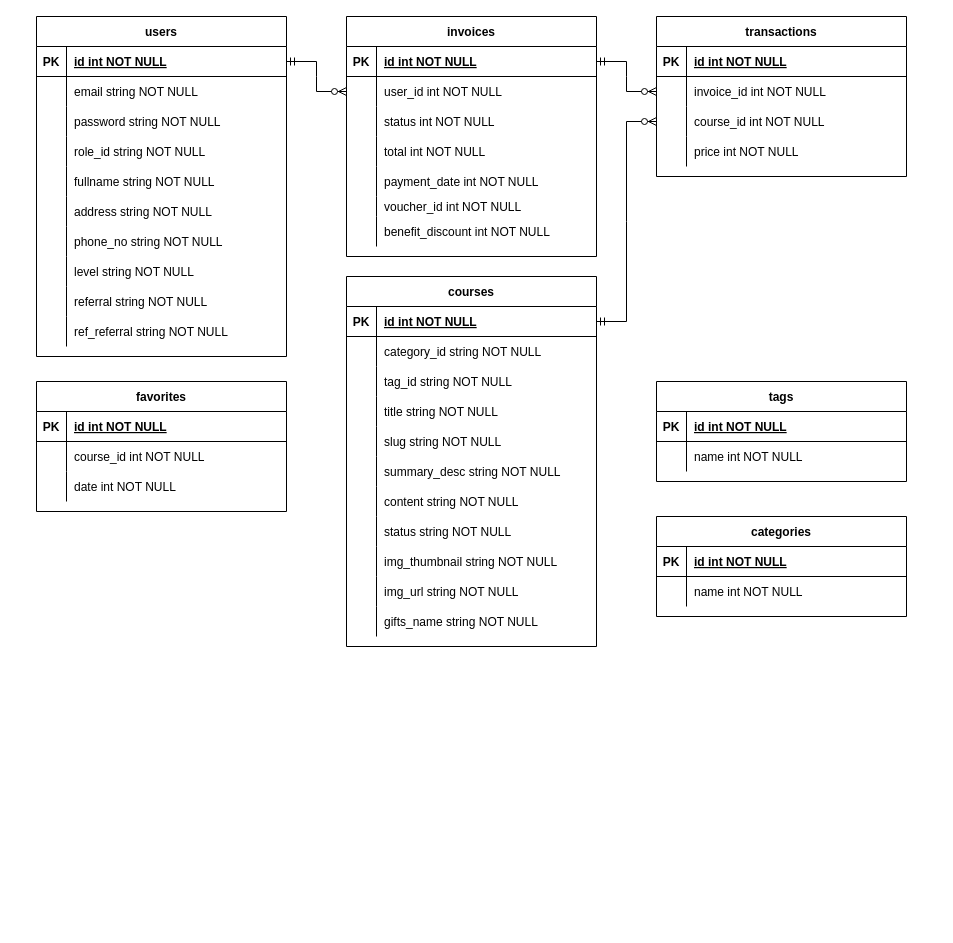
azmiadhani/diagramsnet keeps this draw.io diagram as online-learning.drawio. Above is the earlier version. Source tidied: cells renumbered, new cells numbered last; positions are measured from the earlier drawing's top-left corner, leaving out a move shared by most shapes. Both pictures are drawn from the tidied source at 100%, with x=0, y=0 at pixel (36, 16).
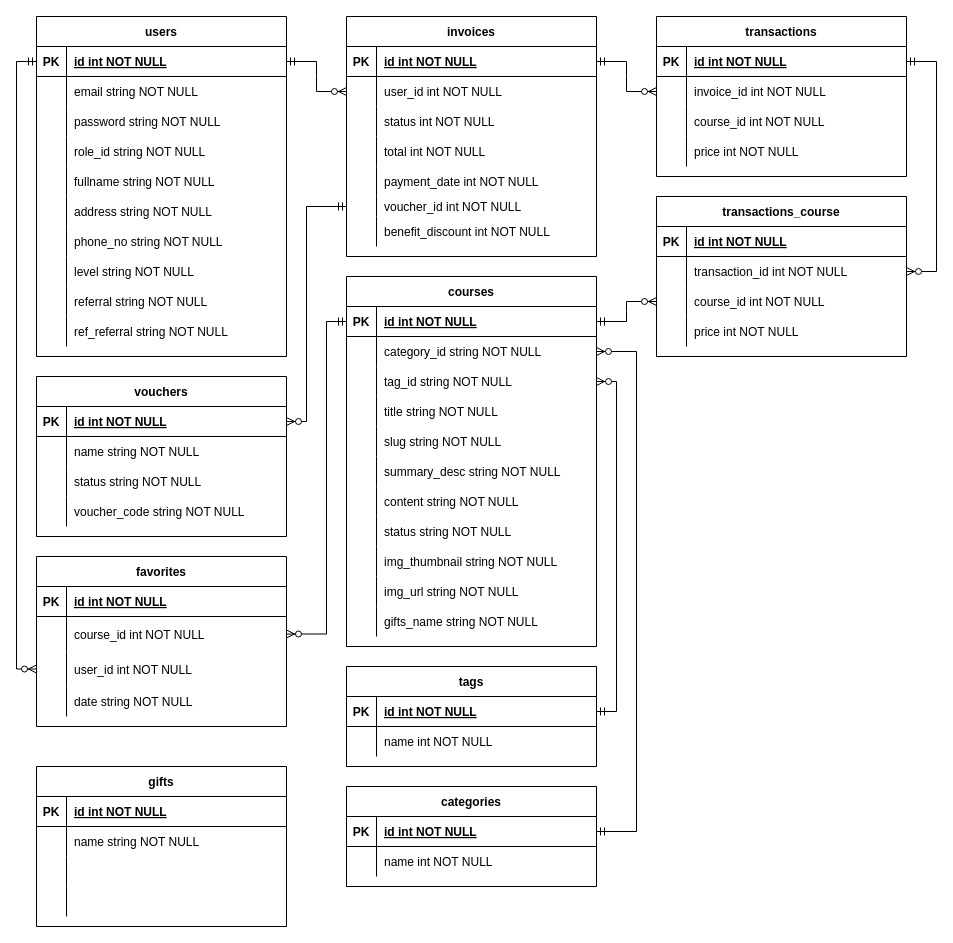
After the change.

The change refers to these unchanged cells:
```xml
<mxCell id="3" style="shape=partialRectangle;fillColor=none;points=[[0,0.5],[1,0.5]];portConstraint=eastwest;top=0;left=0;right=0;bottom=1;" parent="2" vertex="1">
  <mxGeometry y="30" width="250" height="30" as="geometry" />
</mxCell>
<mxCell id="44" style="shape=partialRectangle;fillColor=none;points=[[0,0.5],[1,0.5]];portConstraint=eastwest;top=0;left=0;right=0;bottom=1;" parent="43" vertex="1">
  <mxGeometry y="30" width="250" height="30" as="geometry" />
</mxCell>
<mxCell id="47" style="shape=partialRectangle;fillColor=none;points=[[0,0.5],[1,0.5]];portConstraint=eastwest;top=0;left=0;right=0;bottom=0;" parent="43" vertex="1">
  <mxGeometry y="60" width="250" height="30" as="geometry" />
</mxCell>
<mxCell id="50" style="shape=partialRectangle;fillColor=none;points=[[0,0.5],[1,0.5]];portConstraint=eastwest;top=0;left=0;right=0;bottom=0;" parent="43" vertex="1">
  <mxGeometry y="90" width="250" height="30" as="geometry" />
</mxCell>
<mxCell id="78" style="shape=partialRectangle;fillColor=none;points=[[0,0.5],[1,0.5]];portConstraint=eastwest;top=0;left=0;right=0;bottom=1;" parent="77" vertex="1">
  <mxGeometry y="30" width="250" height="30" as="geometry" />
</mxCell>
<mxCell id="85" style="shape=partialRectangle;fillColor=none;points=[[0,0.5],[1,0.5]];portConstraint=eastwest;top=0;left=0;right=0;bottom=1;" parent="84" vertex="1">
  <mxGeometry y="30" width="250" height="30" as="geometry" />
</mxCell>
<mxCell id="107" style="shape=partialRectangle;fillColor=none;points=[[0,0.5],[1,0.5]];portConstraint=eastwest;top=0;left=0;right=0;bottom=0;" parent="91" vertex="1">
  <mxGeometry y="180" width="250" height="20" as="geometry" />
</mxCell>
<mxCell id="114" style="shape=partialRectangle;fillColor=none;points=[[0,0.5],[1,0.5]];portConstraint=eastwest;top=0;left=0;right=0;bottom=1;" parent="113" vertex="1">
  <mxGeometry y="30" width="250" height="30" as="geometry" />
</mxCell>
<mxCell id="120" style="shape=partialRectangle;fillColor=none;points=[[0,0.5],[1,0.5]];portConstraint=eastwest;top=0;left=0;right=0;bottom=0;" parent="113" vertex="1">
  <mxGeometry y="90" width="250" height="30" as="geometry" />
</mxCell>
```

Change to the diagram source:
```diff
@@
     <mxCell id="33" value="favorites" style="shape=table;startSize=30;childLayout=tableLayout;rowLines=0;fontStyle=1;align=center;" parent="1" vertex="1">
-      <mxGeometry y="365" width="250" height="130" as="geometry" />
+      <mxGeometry y="540" width="250" height="170" as="geometry" />
     </mxCell>
@@
     <mxCell id="37" style="shape=partialRectangle;fillColor=none;points=[[0,0.5],[1,0.5]];portConstraint=eastwest;top=0;left=0;right=0;bottom=0;" parent="33" vertex="1">
-      <mxGeometry y="60" width="250" height="30" as="geometry" />
+      <mxGeometry y="60" width="250" height="35" as="geometry" />
     </mxCell>
     <mxCell id="38" style="shape=partialRectangle;overflow=hidden;fillColor=none;top=0;left=0;bottom=0;right=0;" parent="37" vertex="1">
-      <mxGeometry width="30" height="30" as="geometry" />
+      <mxGeometry width="30" height="35" as="geometry" />
     </mxCell>
     <mxCell id="39" value="course_id int NOT NULL" style="shape=partialRectangle;overflow=hidden;fillColor=none;top=0;left=0;bottom=0;right=0;align=left;spacingLeft=6;" parent="37" vertex="1">
-      <mxGeometry x="30" width="220" height="30" as="geometry" />
+      <mxGeometry x="30" width="220" height="35" as="geometry" />
     </mxCell>
+    <mxCell id="129" style="shape=partialRectangle;fillColor=none;points=[[0,0.5],[1,0.5]];portConstraint=eastwest;top=0;left=0;right=0;bottom=0;" parent="33" vertex="1">
+      <mxGeometry y="95" width="250" height="35" as="geometry" />
+    </mxCell>
+    <mxCell id="130" style="shape=partialRectangle;overflow=hidden;fillColor=none;top=0;left=0;bottom=0;right=0;" parent="129" vertex="1">
+      <mxGeometry width="30" height="35" as="geometry" />
+    </mxCell>
+    <mxCell id="131" value="user_id int NOT NULL" style="shape=partialRectangle;overflow=hidden;fillColor=none;top=0;left=0;bottom=0;right=0;align=left;spacingLeft=6;" parent="129" vertex="1">
+      <mxGeometry x="30" width="220" height="35" as="geometry" />
+    </mxCell>
     <mxCell id="40" style="shape=partialRectangle;fillColor=none;top=0;left=0;right=0;bottom=0;" parent="33" vertex="1">
-      <mxGeometry y="90" width="250" height="30" as="geometry" />
+      <mxGeometry y="130" width="250" height="30" as="geometry" />
     </mxCell>
@@
-    <mxCell id="42" value="date int NOT NULL" style="shape=partialRectangle;overflow=hidden;fillColor=none;top=0;left=0;bottom=0;right=0;align=left;spacingLeft=6;" parent="40" vertex="1">
+    <mxCell id="42" value="date string NOT NULL" style="shape=partialRectangle;overflow=hidden;fillColor=none;top=0;left=0;bottom=0;right=0;align=left;spacingLeft=6;" parent="40" vertex="1">
       <mxGeometry x="30" width="220" height="30" as="geometry" />
     </mxCell>
@@
     <mxCell id="77" value="tags" style="shape=table;startSize=30;childLayout=tableLayout;rowLines=0;fontStyle=1;align=center;" parent="1" vertex="1">
-      <mxGeometry x="620" y="365" width="250" height="100" as="geometry" />
+      <mxGeometry x="310" y="650" width="250" height="100" as="geometry" />
     </mxCell>
@@
     <mxCell id="84" value="categories" style="shape=table;startSize=30;childLayout=tableLayout;rowLines=0;fontStyle=1;align=center;" parent="1" vertex="1">
-      <mxGeometry x="620" y="500" width="250" height="100" as="geometry" />
+      <mxGeometry x="310" y="770" width="250" height="100" as="geometry" />
     </mxCell>
@@
-    <mxCell id="126" style="edgeStyle=entityRelationEdgeStyle;fontSize=12;html=1;endArrow=ERzeroToMany;startArrow=ERmandOne;rounded=0;" parent="1" edge="1" source="44" target="120">
-      <mxGeometry relative="1" as="geometry" />
-    </mxCell>
@@
+    <mxCell id="132" style="edgeStyle=elbowEdgeStyle;fontSize=12;html=1;endArrow=ERzeroToMany;startArrow=ERmandOne;rounded=0;" parent="1" edge="1" source="78" target="50">
+      <mxGeometry relative="1" as="geometry">
+        <Array as="points">
+          <mxPoint x="580" y="640" />
+          <mxPoint x="630" y="620" />
+        </Array>
+      </mxGeometry>
+    </mxCell>
+    <mxCell id="133" style="edgeStyle=elbowEdgeStyle;fontSize=12;html=1;endArrow=ERzeroToMany;startArrow=ERmandOne;rounded=0;" parent="1" edge="1" source="85" target="47">
+      <mxGeometry relative="1" as="geometry">
+        <Array as="points">
+          <mxPoint x="600" y="450" />
+          <mxPoint x="590" y="480" />
+          <mxPoint x="600" y="640" />
+          <mxPoint x="660" y="650" />
+        </Array>
+      </mxGeometry>
+    </mxCell>
+    <mxCell id="134" value="vouchers" style="shape=table;startSize=30;childLayout=tableLayout;rowLines=0;fontStyle=1;align=center;" parent="1" vertex="1">
+      <mxGeometry y="360" width="250" height="160" as="geometry" />
+    </mxCell>
+    <mxCell id="135" style="shape=partialRectangle;fillColor=none;points=[[0,0.5],[1,0.5]];portConstraint=eastwest;top=0;left=0;right=0;bottom=1;" parent="134" vertex="1">
+      <mxGeometry y="30" width="250" height="30" as="geometry" />
+    </mxCell>
+    <mxCell id="136" value="PK" style="shape=partialRectangle;overflow=hidden;fillColor=none;top=0;left=0;bottom=0;right=0;fontStyle=1;" parent="135" vertex="1">
+      <mxGeometry width="30" height="30" as="geometry" />
+    </mxCell>
+    <mxCell id="137" value="id int NOT NULL " style="shape=partialRectangle;overflow=hidden;fillColor=none;top=0;left=0;bottom=0;right=0;align=left;spacingLeft=6;fontStyle=5;" parent="135" vertex="1">
+      <mxGeometry x="30" width="220" height="30" as="geometry" />
+    </mxCell>
+    <mxCell id="138" style="shape=partialRectangle;fillColor=none;top=0;left=0;right=0;bottom=0;" parent="134" vertex="1">
+      <mxGeometry y="60" width="250" height="30" as="geometry" />
+    </mxCell>
+    <mxCell id="139" style="shape=partialRectangle;overflow=hidden;fillColor=none;top=0;left=0;bottom=0;right=0;" parent="138" vertex="1">
+      <mxGeometry width="30" height="30" as="geometry" />
+    </mxCell>
+    <mxCell id="140" value="name string NOT NULL" style="shape=partialRectangle;overflow=hidden;fillColor=none;top=0;left=0;bottom=0;right=0;align=left;spacingLeft=6;" parent="138" vertex="1">
+      <mxGeometry x="30" width="220" height="30" as="geometry" />
+    </mxCell>
+    <mxCell id="141" style="shape=partialRectangle;fillColor=none;top=0;left=0;right=0;bottom=0;" parent="134" vertex="1">
+      <mxGeometry y="90" width="250" height="30" as="geometry" />
+    </mxCell>
+    <mxCell id="142" style="shape=partialRectangle;overflow=hidden;fillColor=none;top=0;left=0;bottom=0;right=0;" parent="141" vertex="1">
+      <mxGeometry width="30" height="30" as="geometry" />
+    </mxCell>
+    <mxCell id="143" value="status string NOT NULL" style="shape=partialRectangle;overflow=hidden;fillColor=none;top=0;left=0;bottom=0;right=0;align=left;spacingLeft=6;" parent="141" vertex="1">
+      <mxGeometry x="30" width="220" height="30" as="geometry" />
+    </mxCell>
+    <mxCell id="144" style="shape=partialRectangle;fillColor=none;top=0;left=0;right=0;bottom=0;" parent="134" vertex="1">
+      <mxGeometry y="120" width="250" height="30" as="geometry" />
+    </mxCell>
+    <mxCell id="145" style="shape=partialRectangle;overflow=hidden;fillColor=none;top=0;left=0;bottom=0;right=0;" parent="144" vertex="1">
+      <mxGeometry width="30" height="30" as="geometry" />
+    </mxCell>
+    <mxCell id="146" value="voucher_code string NOT NULL" style="shape=partialRectangle;overflow=hidden;fillColor=none;top=0;left=0;bottom=0;right=0;align=left;spacingLeft=6;" parent="144" vertex="1">
+      <mxGeometry x="30" width="220" height="30" as="geometry" />
+    </mxCell>
+    <mxCell id="147" value="gifts" style="shape=table;startSize=30;childLayout=tableLayout;rowLines=0;fontStyle=1;align=center;" parent="1" vertex="1">
+      <mxGeometry y="750" width="250" height="160" as="geometry" />
+    </mxCell>
+    <mxCell id="148" style="shape=partialRectangle;fillColor=none;top=0;left=0;right=0;bottom=1;" parent="147" vertex="1">
+      <mxGeometry y="30" width="250" height="30" as="geometry" />
+    </mxCell>
+    <mxCell id="149" value="PK" style="shape=partialRectangle;overflow=hidden;fillColor=none;top=0;left=0;bottom=0;right=0;fontStyle=1;" parent="148" vertex="1">
+      <mxGeometry width="30" height="30" as="geometry" />
+    </mxCell>
+    <mxCell id="150" value="id int NOT NULL " style="shape=partialRectangle;overflow=hidden;fillColor=none;top=0;left=0;bottom=0;right=0;align=left;spacingLeft=6;fontStyle=5;" parent="148" vertex="1">
+      <mxGeometry x="30" width="220" height="30" as="geometry" />
+    </mxCell>
+    <mxCell id="151" style="shape=partialRectangle;fillColor=none;top=0;left=0;right=0;bottom=0;" parent="147" vertex="1">
+      <mxGeometry y="60" width="250" height="30" as="geometry" />
+    </mxCell>
+    <mxCell id="152" style="shape=partialRectangle;overflow=hidden;fillColor=none;top=0;left=0;bottom=0;right=0;" parent="151" vertex="1">
+      <mxGeometry width="30" height="30" as="geometry" />
+    </mxCell>
+    <mxCell id="153" value="name string NOT NULL" style="shape=partialRectangle;overflow=hidden;fillColor=none;top=0;left=0;bottom=0;right=0;align=left;spacingLeft=6;" parent="151" vertex="1">
+      <mxGeometry x="30" width="220" height="30" as="geometry" />
+    </mxCell>
+    <mxCell id="154" style="shape=partialRectangle;fillColor=none;top=0;left=0;right=0;bottom=0;" parent="147" vertex="1">
+      <mxGeometry y="90" width="250" height="30" as="geometry" />
+    </mxCell>
+    <mxCell id="155" style="shape=partialRectangle;overflow=hidden;fillColor=none;top=0;left=0;bottom=0;right=0;" parent="154" vertex="1">
+      <mxGeometry width="30" height="30" as="geometry" />
+    </mxCell>
+    <mxCell id="156" style="shape=partialRectangle;overflow=hidden;fillColor=none;top=0;left=0;bottom=0;right=0;align=left;spacingLeft=6;" parent="154" vertex="1">
+      <mxGeometry x="30" width="220" height="30" as="geometry" />
+    </mxCell>
+    <mxCell id="157" style="shape=partialRectangle;fillColor=none;top=0;left=0;right=0;bottom=0;" parent="147" vertex="1">
+      <mxGeometry y="120" width="250" height="30" as="geometry" />
+    </mxCell>
+    <mxCell id="158" style="shape=partialRectangle;overflow=hidden;fillColor=none;top=0;left=0;bottom=0;right=0;" parent="157" vertex="1">
+      <mxGeometry width="30" height="30" as="geometry" />
+    </mxCell>
+    <mxCell id="159" style="shape=partialRectangle;overflow=hidden;fillColor=none;top=0;left=0;bottom=0;right=0;align=left;spacingLeft=6;" parent="157" vertex="1">
+      <mxGeometry x="30" width="220" height="30" as="geometry" />
+    </mxCell>
+    <mxCell id="160" style="edgeStyle=elbowEdgeStyle;fontSize=12;html=1;endArrow=ERzeroToMany;startArrow=ERmandOne;rounded=0;" parent="1" edge="1" source="107" target="135">
+      <mxGeometry relative="1" as="geometry">
+        <Array as="points">
+          <mxPoint x="270" y="300" />
+        </Array>
+      </mxGeometry>
+    </mxCell>
+    <mxCell id="161" value="transactions_course" style="shape=table;startSize=30;childLayout=tableLayout;rowLines=0;fontStyle=1;align=center;" parent="1" vertex="1">
+      <mxGeometry x="620" y="180" width="250" height="160" as="geometry" />
+    </mxCell>
+    <mxCell id="162" style="shape=partialRectangle;fillColor=none;top=0;left=0;right=0;bottom=1;" parent="161" vertex="1">
+      <mxGeometry y="30" width="250" height="30" as="geometry" />
+    </mxCell>
+    <mxCell id="163" value="PK" style="shape=partialRectangle;overflow=hidden;fillColor=none;top=0;left=0;bottom=0;right=0;fontStyle=1;" parent="162" vertex="1">
+      <mxGeometry width="30" height="30" as="geometry" />
+    </mxCell>
+    <mxCell id="164" value="id int NOT NULL " style="shape=partialRectangle;overflow=hidden;fillColor=none;top=0;left=0;bottom=0;right=0;align=left;spacingLeft=6;fontStyle=5;" parent="162" vertex="1">
+      <mxGeometry x="30" width="220" height="30" as="geometry" />
+    </mxCell>
+    <mxCell id="165" style="shape=partialRectangle;fillColor=none;points=[[0,0.5],[1,0.5]];portConstraint=eastwest;top=0;left=0;right=0;bottom=0;" parent="161" vertex="1">
+      <mxGeometry y="60" width="250" height="30" as="geometry" />
+    </mxCell>
+    <mxCell id="166" style="shape=partialRectangle;overflow=hidden;fillColor=none;top=0;left=0;bottom=0;right=0;" parent="165" vertex="1">
+      <mxGeometry width="30" height="30" as="geometry" />
+    </mxCell>
+    <mxCell id="167" value="transaction_id int NOT NULL" style="shape=partialRectangle;overflow=hidden;fillColor=none;top=0;left=0;bottom=0;right=0;align=left;spacingLeft=6;" parent="165" vertex="1">
+      <mxGeometry x="30" width="220" height="30" as="geometry" />
+    </mxCell>
+    <mxCell id="168" style="shape=partialRectangle;fillColor=none;points=[[0,0.5],[1,0.5]];portConstraint=eastwest;top=0;left=0;right=0;bottom=0;" parent="161" vertex="1">
+      <mxGeometry y="90" width="250" height="30" as="geometry" />
+    </mxCell>
+    <mxCell id="169" style="shape=partialRectangle;overflow=hidden;fillColor=none;top=0;left=0;bottom=0;right=0;" parent="168" vertex="1">
+      <mxGeometry width="30" height="30" as="geometry" />
+    </mxCell>
+    <mxCell id="170" value="course_id int NOT NULL" style="shape=partialRectangle;overflow=hidden;fillColor=none;top=0;left=0;bottom=0;right=0;align=left;spacingLeft=6;" parent="168" vertex="1">
+      <mxGeometry x="30" width="220" height="30" as="geometry" />
+    </mxCell>
+    <mxCell id="171" style="shape=partialRectangle;fillColor=none;top=0;left=0;right=0;bottom=0;" parent="161" vertex="1">
+      <mxGeometry y="120" width="250" height="30" as="geometry" />
+    </mxCell>
+    <mxCell id="172" style="shape=partialRectangle;overflow=hidden;fillColor=none;top=0;left=0;bottom=0;right=0;" parent="171" vertex="1">
+      <mxGeometry width="30" height="30" as="geometry" />
+    </mxCell>
+    <mxCell id="173" value="price int NOT NULL" style="shape=partialRectangle;overflow=hidden;fillColor=none;top=0;left=0;bottom=0;right=0;align=left;spacingLeft=6;" parent="171" vertex="1">
+      <mxGeometry x="30" width="220" height="30" as="geometry" />
+    </mxCell>
+    <mxCell id="174" style="edgeStyle=elbowEdgeStyle;fontSize=12;html=1;endArrow=ERzeroToMany;startArrow=ERmandOne;rounded=0;" parent="1" edge="1" source="114" target="165">
+      <mxGeometry relative="1" as="geometry">
+        <Array as="points">
+          <mxPoint x="900" y="190" />
+          <mxPoint x="610" y="650" />
+          <mxPoint x="670" y="660" />
+        </Array>
+      </mxGeometry>
+    </mxCell>
+    <mxCell id="175" style="edgeStyle=entityRelationEdgeStyle;fontSize=12;html=1;endArrow=ERzeroToMany;startArrow=ERmandOne;rounded=0;" parent="1" edge="1" source="44" target="168">
+      <mxGeometry relative="1" as="geometry" />
+    </mxCell>
+    <mxCell id="176" style="edgeStyle=elbowEdgeStyle;fontSize=12;html=1;endArrow=ERzeroToMany;startArrow=ERmandOne;rounded=0;" parent="1" edge="1" source="3" target="129">
+      <mxGeometry relative="1" as="geometry">
+        <Array as="points">
+          <mxPoint x="-20" y="270" />
+        </Array>
+      </mxGeometry>
+    </mxCell>
+    <mxCell id="177" style="edgeStyle=elbowEdgeStyle;fontSize=12;html=1;endArrow=ERzeroToMany;startArrow=ERmandOne;rounded=0;" parent="1" edge="1" source="44" target="37">
+      <mxGeometry relative="1" as="geometry">
+        <Array as="points">
+          <mxPoint x="290" y="460" />
+        </Array>
+      </mxGeometry>
+    </mxCell>
```
